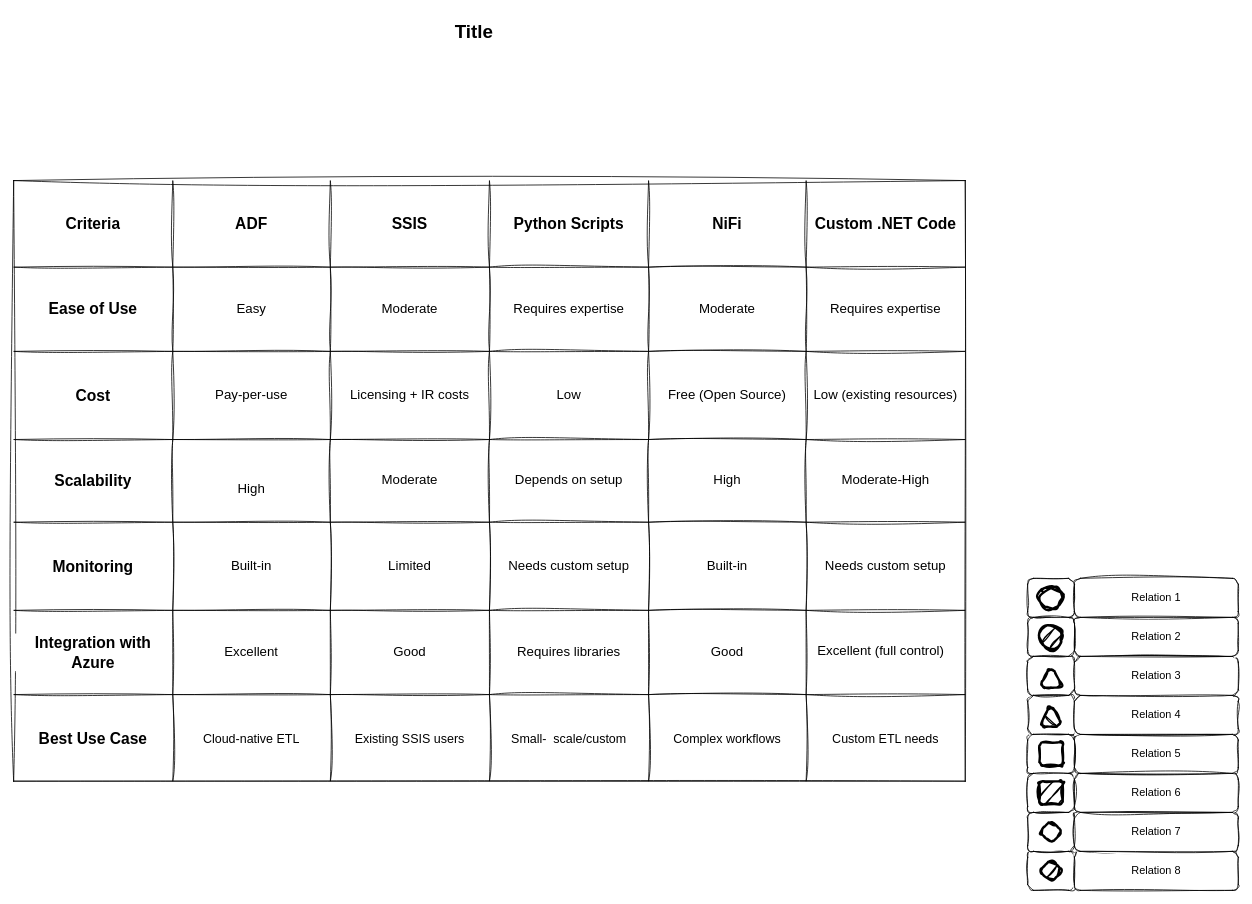
The draw.io diagram macros/Untitled Diagram.drawio in Keerthi-Rapolu/dbt_training, before the edit. Source tidied: cells renumbered, new cells numbered last; positions are measured from the earlier drawing's top-left corner, leaving out a move shared by most shapes. Both pictures are drawn from the tidied source at 78%, with x=0, y=0 at pixel (13, 16).
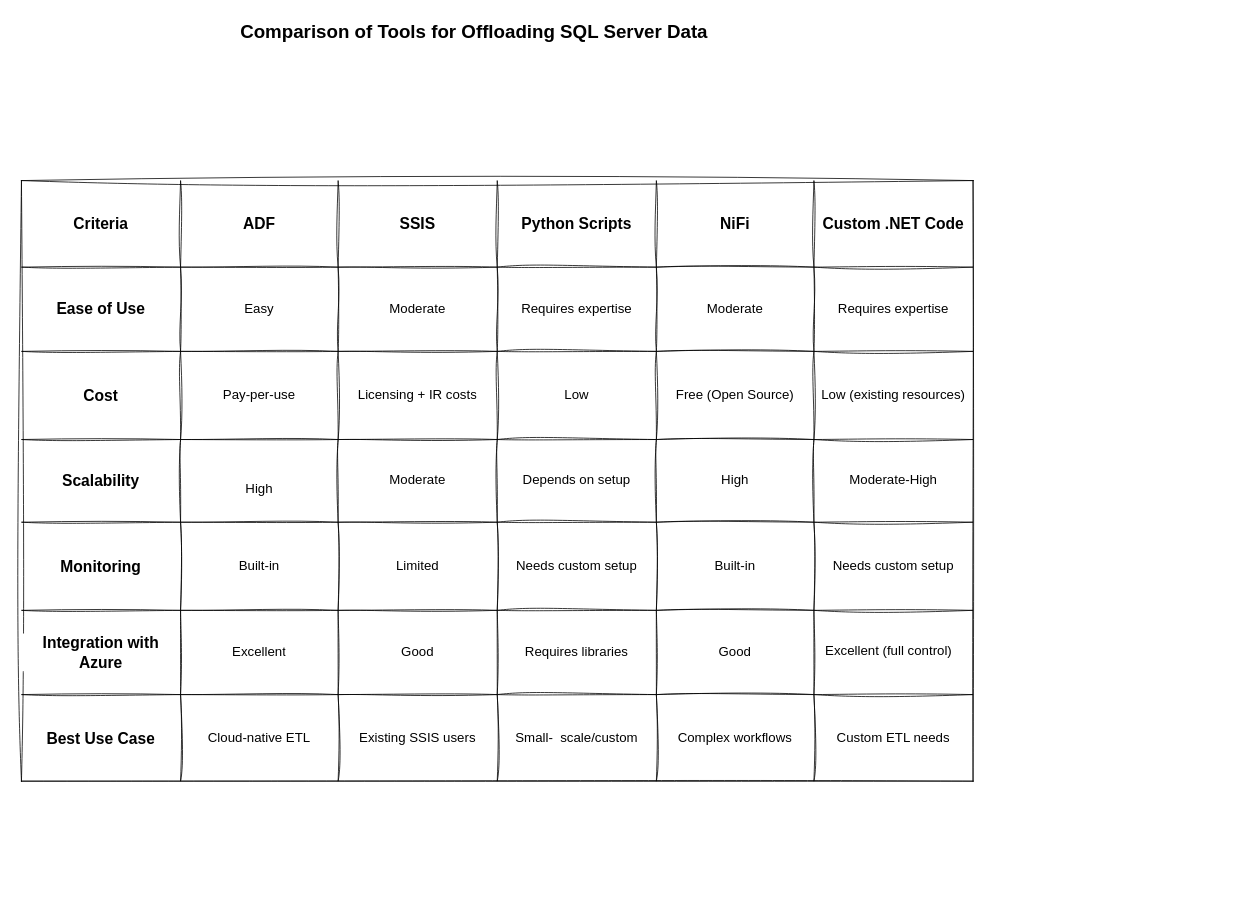
The same page after the edit.

The change refers to these unchanged cells:
```xml
<mxCell id="70" style="shape=tableRow;horizontal=0;startSize=0;swimlaneHead=0;swimlaneBody=0;strokeColor=inherit;top=0;left=0;bottom=0;right=0;fillColor=none;rounded=1;sketch=1;curveFitting=1;jiggle=2;labelBackgroundColor=default;" parent="27" vertex="1">
  <mxGeometry y="659" width="1220" height="111" as="geometry" />
</mxCell>
```

The edit, as a diff of the source:
```diff
@@
-    <mxCell id="2" style="whiteSpace=wrap;html=1;rounded=1;shadow=0;strokeWidth=1;fontSize=14;sketch=1;curveFitting=1;jiggle=2;" parent="1" vertex="1">
-      <mxGeometry x="1300" y="1070" width="60" height="50" as="geometry" />
-    </mxCell>
-    <mxCell id="3" value="Relation 8" style="whiteSpace=wrap;html=1;rounded=1;shadow=0;strokeWidth=1;fontSize=14;sketch=1;curveFitting=1;jiggle=2;" parent="1" vertex="1">
-      <mxGeometry x="1360" y="1070" width="210" height="50" as="geometry" />
-    </mxCell>
-    <mxCell id="4" style="rhombus;whiteSpace=wrap;html=1;rounded=1;shadow=0;strokeWidth=3;fillColor=#000000;fontSize=14;sketch=1;curveFitting=1;jiggle=2;" parent="1" vertex="1">
-      <mxGeometry x="1315" y="1080" width="30" height="30" as="geometry" />
-    </mxCell>
-    <mxCell id="5" style="whiteSpace=wrap;html=1;rounded=1;shadow=0;strokeWidth=1;fontSize=14;sketch=1;curveFitting=1;jiggle=2;" parent="1" vertex="1">
-      <mxGeometry x="1300" y="1020" width="60" height="50" as="geometry" />
-    </mxCell>
-    <mxCell id="6" value="Relation 7" style="whiteSpace=wrap;html=1;rounded=1;shadow=0;strokeWidth=1;fontSize=14;sketch=1;curveFitting=1;jiggle=2;" parent="1" vertex="1">
-      <mxGeometry x="1360" y="1020" width="210" height="50" as="geometry" />
-    </mxCell>
-    <mxCell id="7" style="whiteSpace=wrap;html=1;rounded=1;shadow=0;strokeWidth=1;fontSize=14;sketch=1;curveFitting=1;jiggle=2;" parent="1" vertex="1">
-      <mxGeometry x="1300" y="970" width="60" height="50" as="geometry" />
-    </mxCell>
-    <mxCell id="8" value="Relation 6" style="whiteSpace=wrap;html=1;rounded=1;shadow=0;strokeWidth=1;fontSize=14;sketch=1;curveFitting=1;jiggle=2;" parent="1" vertex="1">
-      <mxGeometry x="1360" y="970" width="210" height="50" as="geometry" />
-    </mxCell>
-    <mxCell id="9" style="whiteSpace=wrap;html=1;rounded=1;shadow=0;strokeWidth=1;fontSize=14;sketch=1;curveFitting=1;jiggle=2;" parent="1" vertex="1">
-      <mxGeometry x="1300" y="920" width="60" height="50" as="geometry" />
-    </mxCell>
-    <mxCell id="10" value="Relation 5" style="whiteSpace=wrap;html=1;rounded=1;shadow=0;strokeWidth=1;fontSize=14;sketch=1;curveFitting=1;jiggle=2;" parent="1" vertex="1">
-      <mxGeometry x="1360" y="920" width="210" height="50" as="geometry" />
-    </mxCell>
-    <mxCell id="11" style="whiteSpace=wrap;html=1;rounded=1;shadow=0;strokeWidth=1;fontSize=14;sketch=1;curveFitting=1;jiggle=2;" parent="1" vertex="1">
-      <mxGeometry x="1300" y="870" width="60" height="50" as="geometry" />
-    </mxCell>
-    <mxCell id="12" value="Relation 4" style="whiteSpace=wrap;html=1;rounded=1;shadow=0;strokeWidth=1;fontSize=14;sketch=1;curveFitting=1;jiggle=2;" parent="1" vertex="1">
-      <mxGeometry x="1360" y="870" width="210" height="50" as="geometry" />
-    </mxCell>
-    <mxCell id="13" style="whiteSpace=wrap;html=1;rounded=1;shadow=0;strokeWidth=1;fontSize=14;sketch=1;curveFitting=1;jiggle=2;" parent="1" vertex="1">
-      <mxGeometry x="1300" y="820" width="60" height="50" as="geometry" />
-    </mxCell>
-    <mxCell id="14" value="Relation 3" style="whiteSpace=wrap;html=1;rounded=1;shadow=0;strokeWidth=1;fontSize=14;sketch=1;curveFitting=1;jiggle=2;" parent="1" vertex="1">
-      <mxGeometry x="1360" y="820" width="210" height="50" as="geometry" />
-    </mxCell>
-    <mxCell id="15" style="whiteSpace=wrap;html=1;rounded=1;shadow=0;strokeWidth=1;fontSize=14;sketch=1;curveFitting=1;jiggle=2;" parent="1" vertex="1">
-      <mxGeometry x="1300" y="770" width="60" height="50" as="geometry" />
-    </mxCell>
-    <mxCell id="16" value="Relation 2" style="whiteSpace=wrap;html=1;rounded=1;shadow=0;strokeWidth=1;fontSize=14;sketch=1;curveFitting=1;jiggle=2;" parent="1" vertex="1">
-      <mxGeometry x="1360" y="770" width="210" height="50" as="geometry" />
-    </mxCell>
-    <mxCell id="17" style="whiteSpace=wrap;html=1;rounded=1;shadow=0;strokeWidth=1;fontSize=14;sketch=1;curveFitting=1;jiggle=2;" parent="1" vertex="1">
-      <mxGeometry x="1300" y="720" width="60" height="50" as="geometry" />
-    </mxCell>
-    <mxCell id="18" value="Relation 1" style="whiteSpace=wrap;html=1;rounded=1;shadow=0;strokeWidth=1;fontSize=14;sketch=1;curveFitting=1;jiggle=2;" parent="1" vertex="1">
-      <mxGeometry x="1360" y="720" width="210" height="50" as="geometry" />
-    </mxCell>
-    <mxCell id="19" value="Title" style="text;strokeColor=none;fillColor=none;html=1;fontSize=24;fontStyle=1;verticalAlign=middle;align=center;rounded=1;shadow=1;sketch=1;curveFitting=1;jiggle=2;" parent="1" vertex="1">
+    <mxCell id="19" value="Comparison of Tools for Offloading SQL Server Data" style="text;strokeColor=none;fillColor=none;html=1;fontSize=24;fontStyle=1;verticalAlign=middle;align=center;rounded=1;shadow=1;sketch=1;curveFitting=1;jiggle=2;" parent="1" vertex="1">
       <mxGeometry x="200" width="780" height="40" as="geometry" />
     </mxCell>
-    <mxCell id="20" style="ellipse;whiteSpace=wrap;html=1;rounded=1;shadow=0;strokeWidth=3;fontSize=14;sketch=1;curveFitting=1;jiggle=2;" parent="1" vertex="1">
-      <mxGeometry x="1315" y="730" width="30" height="30" as="geometry" />
-    </mxCell>
-    <mxCell id="21" style="ellipse;whiteSpace=wrap;html=1;rounded=1;shadow=0;strokeWidth=3;fontSize=14;fillColor=#000000;sketch=1;curveFitting=1;jiggle=2;" parent="1" vertex="1">
-      <mxGeometry x="1315" y="780" width="30" height="30" as="geometry" />
-    </mxCell>
-    <mxCell id="22" style="triangle;whiteSpace=wrap;html=1;rounded=1;shadow=0;strokeWidth=3;fillColor=#000000;fontSize=14;direction=north;sketch=1;curveFitting=1;jiggle=2;" parent="1" vertex="1">
-      <mxGeometry x="1315" y="880" width="30" height="30" as="geometry" />
-    </mxCell>
-    <mxCell id="23" style="triangle;whiteSpace=wrap;html=1;rounded=1;shadow=0;strokeWidth=3;fontSize=14;direction=north;sketch=1;curveFitting=1;jiggle=2;" parent="1" vertex="1">
-      <mxGeometry x="1315" y="830" width="30" height="30" as="geometry" />
-    </mxCell>
-    <mxCell id="24" style="whiteSpace=wrap;html=1;rounded=1;shadow=0;strokeWidth=3;fontSize=14;sketch=1;curveFitting=1;jiggle=2;" parent="1" vertex="1">
-      <mxGeometry x="1315" y="930" width="30" height="30" as="geometry" />
-    </mxCell>
-    <mxCell id="25" style="whiteSpace=wrap;html=1;rounded=1;shadow=0;strokeWidth=3;fillColor=#000000;fontSize=14;sketch=1;curveFitting=1;jiggle=2;" parent="1" vertex="1">
-      <mxGeometry x="1315" y="980" width="30" height="30" as="geometry" />
-    </mxCell>
-    <mxCell id="26" style="rhombus;whiteSpace=wrap;html=1;rounded=1;shadow=0;strokeWidth=3;fontSize=14;sketch=1;curveFitting=1;jiggle=2;" parent="1" vertex="1">
-      <mxGeometry x="1315" y="1030" width="30" height="30" as="geometry" />
-    </mxCell>
     <mxCell id="27" style="shape=table;startSize=0;childLayout=tableLayout;rounded=1;sketch=1;curveFitting=1;jiggle=2;" parent="1" vertex="1">
-      <mxGeometry y="210" width="1220" height="770" as="geometry" />
+      <mxGeometry x="10" y="210" width="1220" height="770" as="geometry" />
     </mxCell>
@@
-    <mxCell id="72" value="&lt;span style=&quot;font-size: medium; text-align: left;&quot;&gt;Cloud-native ETL&lt;/span&gt;" style="shape=partialRectangle;html=1;whiteSpace=wrap;strokeColor=inherit;overflow=hidden;fillColor=none;top=0;left=0;bottom=0;right=0;rounded=1;sketch=1;curveFitting=1;jiggle=2;labelBackgroundColor=default;" parent="70" vertex="1">
+    <mxCell id="72" value="&lt;span style=&quot;text-align: left;&quot;&gt;&lt;font style=&quot;font-size: 17px;&quot;&gt;Cloud-native ETL&lt;/font&gt;&lt;/span&gt;" style="shape=partialRectangle;html=1;whiteSpace=wrap;strokeColor=inherit;overflow=hidden;fillColor=none;top=0;left=0;bottom=0;right=0;rounded=1;sketch=1;curveFitting=1;jiggle=2;labelBackgroundColor=default;" parent="70" vertex="1">
       <mxGeometry x="204" width="202" height="111" as="geometry" />
     </mxCell>
-    <mxCell id="73" value="&lt;span style=&quot;font-size: medium; text-align: left;&quot;&gt;Existing SSIS users&lt;/span&gt;" style="shape=partialRectangle;html=1;whiteSpace=wrap;strokeColor=inherit;overflow=hidden;fillColor=none;top=0;left=0;bottom=0;right=0;rounded=1;sketch=1;curveFitting=1;jiggle=2;labelBackgroundColor=default;" parent="70" vertex="1">
+    <mxCell id="73" value="&lt;span style=&quot;text-align: left;&quot;&gt;&lt;font style=&quot;font-size: 17px;&quot;&gt;Existing SSIS users&lt;/font&gt;&lt;/span&gt;" style="shape=partialRectangle;html=1;whiteSpace=wrap;strokeColor=inherit;overflow=hidden;fillColor=none;top=0;left=0;bottom=0;right=0;rounded=1;sketch=1;curveFitting=1;jiggle=2;labelBackgroundColor=default;" parent="70" vertex="1">
       <mxGeometry x="406" width="204" height="111" as="geometry" />
     </mxCell>
-    <mxCell id="74" value="&lt;br&gt;&lt;table style=&quot;forced-color-adjust: none; color: rgb(0, 0, 0); font-family: Helvetica; font-size: 12px; font-style: normal; font-variant-ligatures: normal; font-variant-caps: normal; font-weight: 400; letter-spacing: normal; orphans: 2; text-transform: none; widows: 2; word-spacing: 0px; -webkit-text-stroke-width: 0px; white-space: normal; text-decoration-thickness: initial; text-decoration-style: initial; text-decoration-color: initial; text-align: left;&quot;&gt;&lt;tbody style=&quot;forced-color-adjust: none;&quot;&gt;&lt;tr style=&quot;forced-color-adjust: none;&quot;&gt;&lt;td style=&quot;forced-color-adjust: none;&quot;&gt;&lt;span style=&quot;font-size: medium;&quot;&gt;Small-&amp;nbsp; scale/custom&lt;/span&gt;&lt;/td&gt;&lt;/tr&gt;&lt;/tbody&gt;&lt;/table&gt;&lt;div&gt;&lt;br&gt;&lt;/div&gt;" style="shape=partialRectangle;html=1;whiteSpace=wrap;strokeColor=inherit;overflow=hidden;fillColor=none;top=0;left=0;bottom=0;right=0;rounded=1;sketch=1;curveFitting=1;jiggle=2;labelBackgroundColor=default;" parent="70" vertex="1">
+    <mxCell id="74" value="&lt;font style=&quot;font-size: 17px;&quot;&gt;&lt;br&gt;&lt;/font&gt;&lt;table style=&quot;forced-color-adjust: none; color: rgb(0, 0, 0); font-family: Helvetica; font-style: normal; font-variant-ligatures: normal; font-variant-caps: normal; font-weight: 400; letter-spacing: normal; orphans: 2; text-transform: none; widows: 2; word-spacing: 0px; -webkit-text-stroke-width: 0px; white-space: normal; text-decoration-thickness: initial; text-decoration-style: initial; text-decoration-color: initial; text-align: left; font-size: 17px;&quot;&gt;&lt;tbody style=&quot;forced-color-adjust: none;&quot;&gt;&lt;tr style=&quot;forced-color-adjust: none;&quot;&gt;&lt;td style=&quot;forced-color-adjust: none;&quot;&gt;&lt;font style=&quot;font-size: 17px;&quot;&gt;Small-&amp;nbsp; scale/custom&lt;/font&gt;&lt;/td&gt;&lt;/tr&gt;&lt;/tbody&gt;&lt;/table&gt;&lt;div style=&quot;font-size: 17px;&quot;&gt;&lt;br&gt;&lt;/div&gt;" style="shape=partialRectangle;html=1;whiteSpace=wrap;strokeColor=inherit;overflow=hidden;fillColor=none;top=0;left=0;bottom=0;right=0;rounded=1;sketch=1;curveFitting=1;jiggle=2;labelBackgroundColor=default;" parent="70" vertex="1">
       <mxGeometry x="610" width="204" height="111" as="geometry" />
     </mxCell>
-    <mxCell id="75" value="&lt;span style=&quot;font-size: medium; text-align: left;&quot;&gt;Complex workflows&lt;/span&gt;" style="shape=partialRectangle;html=1;whiteSpace=wrap;strokeColor=inherit;overflow=hidden;fillColor=none;top=0;left=0;bottom=0;right=0;rounded=1;sketch=1;curveFitting=1;jiggle=2;labelBackgroundColor=default;" parent="70" vertex="1">
+    <mxCell id="75" value="&lt;span style=&quot;text-align: left;&quot;&gt;&lt;font style=&quot;font-size: 17px;&quot;&gt;Complex workflows&lt;/font&gt;&lt;/span&gt;" style="shape=partialRectangle;html=1;whiteSpace=wrap;strokeColor=inherit;overflow=hidden;fillColor=none;top=0;left=0;bottom=0;right=0;rounded=1;sketch=1;curveFitting=1;jiggle=2;labelBackgroundColor=default;" parent="70" vertex="1">
       <mxGeometry x="814" width="202" height="111" as="geometry" />
     </mxCell>
-    <mxCell id="76" value="&lt;span style=&quot;font-size: medium; text-align: left;&quot;&gt;Custom ETL needs&lt;/span&gt;" style="shape=partialRectangle;html=1;whiteSpace=wrap;strokeColor=inherit;overflow=hidden;fillColor=none;top=0;left=0;bottom=0;right=0;rounded=1;sketch=1;curveFitting=1;jiggle=2;labelBackgroundColor=default;" parent="70" vertex="1">
+    <mxCell id="76" value="&lt;span style=&quot;text-align: left;&quot;&gt;&lt;font style=&quot;font-size: 17px;&quot;&gt;Custom ETL needs&lt;/font&gt;&lt;/span&gt;" style="shape=partialRectangle;html=1;whiteSpace=wrap;strokeColor=inherit;overflow=hidden;fillColor=none;top=0;left=0;bottom=0;right=0;rounded=1;sketch=1;curveFitting=1;jiggle=2;labelBackgroundColor=default;" parent="70" vertex="1">
       <mxGeometry x="1016" width="204" height="111" as="geometry" />
     </mxCell>
```
